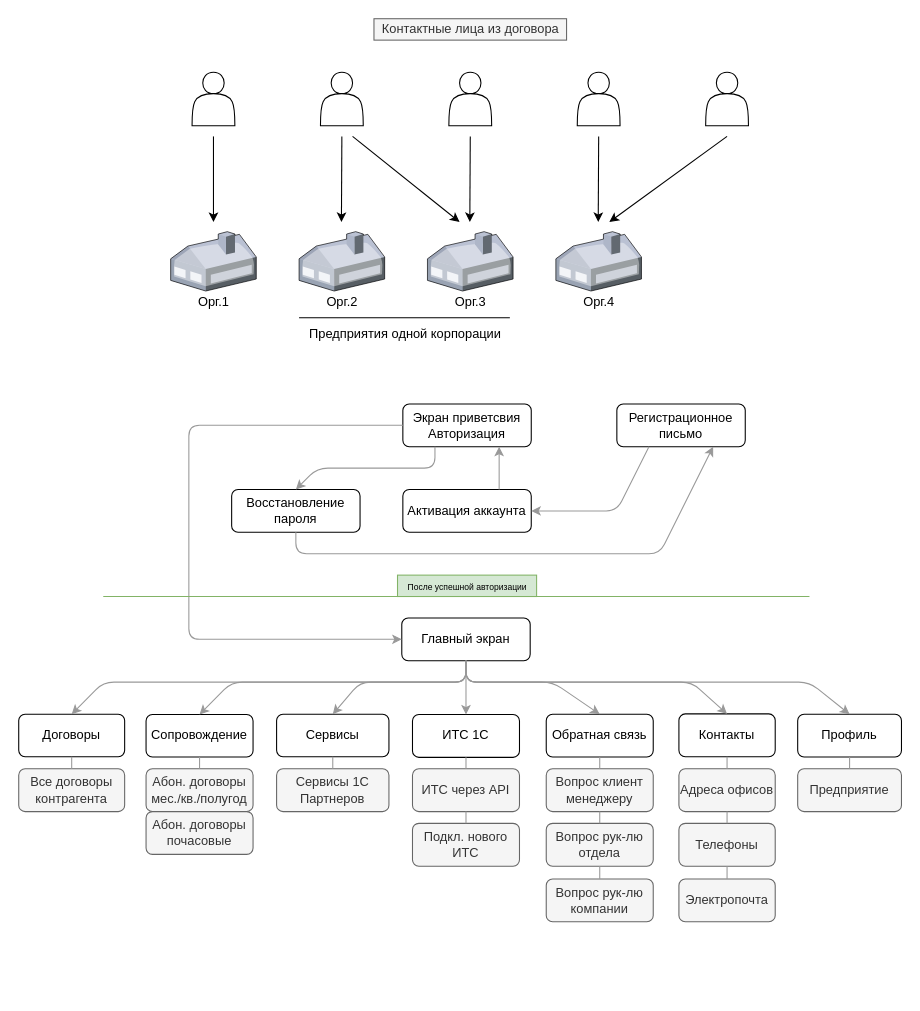
Above: Диаграмма без названия.drawio in gerasimv/DRAWIO_SCHEME (draw.io), before the change. Source tidied: cells renumbered, new cells numbered last; positions are measured from the earlier drawing's top-left corner, leaving out a move shared by most shapes. Both pictures are drawn from the tidied source at 107%, with x=0, y=0 at pixel (18, 18).
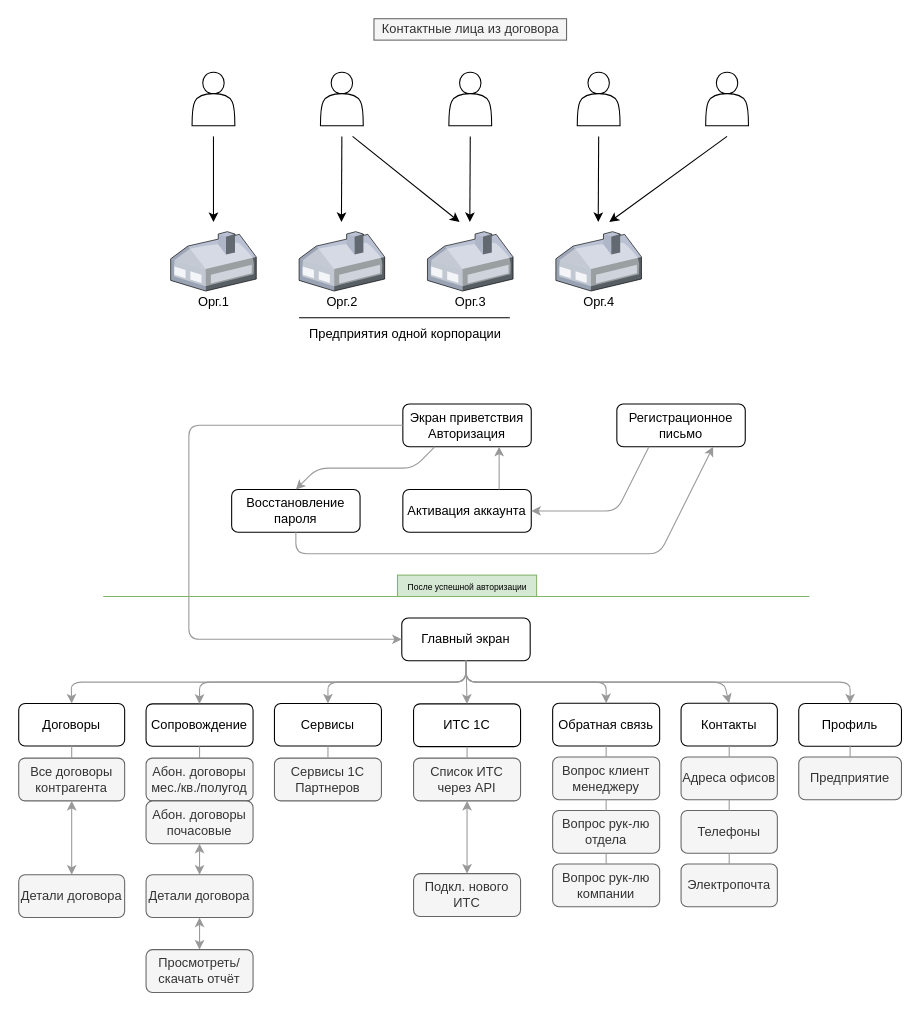
The same diagram, later.

The change refers to these unchanged cells:
```xml
<mxCell id="25" value="Главный экран" style="rounded=1;whiteSpace=wrap;html=1;" parent="1" vertex="1">
  <mxGeometry x="358" y="560" width="120" height="40" as="geometry" />
</mxCell>
<mxCell id="27" value="Восстановление пароля" style="rounded=1;whiteSpace=wrap;html=1;" parent="1" vertex="1">
  <mxGeometry x="199" y="440" width="120" height="40" as="geometry" />
</mxCell>
```

The edit, as a diff of the source:
```diff
@@
-    <mxCell id="24" value="Экран приветсвия&lt;br&gt;Авторизация" style="rounded=1;whiteSpace=wrap;html=1;" parent="1" vertex="1">
+    <mxCell id="24" value="Экран приветствия&lt;br&gt;Авторизация" style="rounded=1;whiteSpace=wrap;html=1;" parent="1" vertex="1">
       <mxGeometry x="359" y="360" width="120" height="40" as="geometry" />
     </mxCell>
@@
-    <mxCell id="26" style="endArrow=classic;html=1;rounded=1;exitX=0;exitY=0.5;exitDx=0;exitDy=0;entryX=0;entryY=0.5;entryDx=0;entryDy=0;strokeColor=#999999;strokeWidth=1;" parent="1" edge="1" source="24" target="25">
+    <mxCell id="26" style="endArrow=classic;html=1;rounded=1;exitX=0;exitY=0.5;exitDx=0;exitDy=0;entryX=0;entryY=0.5;entryDx=0;entryDy=0;strokeColor=#999999;strokeWidth=1;startSize=6;jumpSize=6;" parent="1" edge="1" source="24" target="25">
       <mxGeometry relative="1" as="geometry">
         <Array as="points">
           <mxPoint x="159" y="380" />
           <mxPoint x="159" y="580" />
         </Array>
       </mxGeometry>
     </mxCell>
@@
     <mxCell id="29" style="endArrow=classic;html=1;rounded=1;exitX=0.25;exitY=1;exitDx=0;exitDy=0;strokeColor=#999999;entryX=0.5;entryY=0;entryDx=0;entryDy=0;" parent="1" edge="1" source="24" target="27">
       <mxGeometry relative="1" as="geometry">
         <Array as="points">
-          <mxPoint x="389" y="420" />
+          <mxPoint x="369" y="420" />
           <mxPoint x="279" y="420" />
         </Array>
       </mxGeometry>
     </mxCell>
@@
     <mxCell id="34" value="Сервисы" style="rounded=1;whiteSpace=wrap;html=1;" parent="1" vertex="1">
-      <mxGeometry x="241" y="650" width="105" height="39.7" as="geometry" />
+      <mxGeometry x="239" y="640" width="100" height="39.7" as="geometry" />
     </mxCell>
     <mxCell id="35" value="ИТС 1С" style="rounded=1;whiteSpace=wrap;html=1;" parent="1" vertex="1">
-      <mxGeometry x="368" y="650.3" width="100" height="40" as="geometry" />
+      <mxGeometry x="369" y="640.3" width="100" height="40" as="geometry" />
     </mxCell>
     <mxCell id="36" value="Обратная связь" style="rounded=1;whiteSpace=wrap;html=1;" parent="1" vertex="1">
-      <mxGeometry x="493" y="650" width="100" height="40" as="geometry" />
+      <mxGeometry x="499" y="639.7" width="100" height="40" as="geometry" />
     </mxCell>
     <mxCell id="37" value="Контакты" style="rounded=1;whiteSpace=wrap;html=1;" parent="1" vertex="1">
-      <mxGeometry x="617" y="649.7" width="90" height="40" as="geometry" />
+      <mxGeometry x="619" y="639.7" width="90" height="40" as="geometry" />
     </mxCell>
     <mxCell id="38" value="Профиль" style="rounded=1;whiteSpace=wrap;html=1;" parent="1" vertex="1">
-      <mxGeometry x="728" y="650" width="97" height="40" as="geometry" />
+      <mxGeometry x="729" y="640" width="96" height="40" as="geometry" />
     </mxCell>
     <mxCell id="39" value="Сопровождение" style="rounded=1;whiteSpace=wrap;html=1;" parent="1" vertex="1">
-      <mxGeometry x="119" y="650.3" width="100" height="39.7" as="geometry" />
+      <mxGeometry x="119" y="640.3" width="100" height="39.7" as="geometry" />
     </mxCell>
     <mxCell id="40" value="Договоры" style="rounded=1;whiteSpace=wrap;html=1;" parent="1" vertex="1">
-      <mxGeometry y="650" width="99" height="39.7" as="geometry" />
+      <mxGeometry y="640" width="99" height="39.7" as="geometry" />
     </mxCell>
@@
     <mxCell id="42" style="endArrow=classic;html=1;rounded=1;entryX=0.5;entryY=0;entryDx=0;entryDy=0;strokeColor=#999999;exitX=0.5;exitY=1;exitDx=0;exitDy=0;" parent="1" edge="1" source="25" target="34">
       <mxGeometry relative="1" as="geometry">
         <Array as="points">
           <mxPoint x="418" y="620" />
-          <mxPoint x="319" y="620" />
+          <mxPoint x="289" y="620" />
         </Array>
       </mxGeometry>
     </mxCell>
     <mxCell id="43" style="endArrow=classic;html=1;rounded=1;entryX=0.5;entryY=0;entryDx=0;entryDy=0;strokeColor=#999999;exitX=0.5;exitY=1;exitDx=0;exitDy=0;" parent="1" edge="1" source="25" target="39">
       <mxGeometry relative="1" as="geometry">
         <Array as="points">
           <mxPoint x="418" y="620" />
-          <mxPoint x="199" y="620" />
+          <mxPoint x="169" y="620" />
         </Array>
       </mxGeometry>
     </mxCell>
     <mxCell id="44" style="endArrow=classic;html=1;rounded=1;entryX=0.5;entryY=0;entryDx=0;entryDy=0;strokeColor=#999999;exitX=0.5;exitY=1;exitDx=0;exitDy=0;" parent="1" edge="1" source="25" target="40">
       <mxGeometry relative="1" as="geometry">
         <Array as="points">
           <mxPoint x="418" y="620" />
-          <mxPoint x="79" y="620" />
+          <mxPoint x="49" y="620" />
         </Array>
       </mxGeometry>
     </mxCell>
     <mxCell id="45" style="endArrow=classic;html=1;rounded=1;entryX=0.5;entryY=0;entryDx=0;entryDy=0;strokeColor=#999999;exitX=0.5;exitY=1;exitDx=0;exitDy=0;" parent="1" edge="1" source="25" target="36">
       <mxGeometry relative="1" as="geometry">
         <Array as="points">
           <mxPoint x="418" y="620" />
-          <mxPoint x="499" y="620" />
+          <mxPoint x="549" y="620" />
         </Array>
       </mxGeometry>
     </mxCell>
     <mxCell id="46" style="endArrow=classic;html=1;rounded=1;exitX=0.5;exitY=1;exitDx=0;exitDy=0;entryX=0.5;entryY=0;entryDx=0;entryDy=0;strokeColor=#999999;" parent="1" edge="1" source="25" target="37">
       <mxGeometry relative="1" as="geometry">
         <Array as="points">
           <mxPoint x="418" y="620" />
-          <mxPoint x="629" y="620" />
+          <mxPoint x="659" y="620" />
         </Array>
       </mxGeometry>
     </mxCell>
     <mxCell id="47" style="endArrow=classic;html=1;rounded=1;exitX=0.5;exitY=1;exitDx=0;exitDy=0;entryX=0.5;entryY=0;entryDx=0;entryDy=0;strokeColor=#999999;" parent="1" edge="1" source="25" target="38">
       <mxGeometry relative="1" as="geometry">
         <Array as="points">
           <mxPoint x="418" y="620" />
-          <mxPoint x="739" y="620" />
+          <mxPoint x="777" y="620" />
         </Array>
       </mxGeometry>
     </mxCell>
     <mxCell id="48" value="Предприятие" style="rounded=1;whiteSpace=wrap;html=1;fillColor=#f5f5f5;fontColor=#333333;strokeColor=#666666;" parent="1" vertex="1">
-      <mxGeometry x="728" y="701" width="97" height="40" as="geometry" />
+      <mxGeometry x="729" y="690" width="96" height="40" as="geometry" />
     </mxCell>
@@
     <mxCell id="51" value="Подкл. нового ИТС" style="rounded=1;whiteSpace=wrap;html=1;fillColor=#f5f5f5;fontColor=#333333;strokeColor=#666666;" parent="1" vertex="1">
-      <mxGeometry x="368" y="752" width="100" height="40" as="geometry" />
+      <mxGeometry x="369" y="799" width="100" height="40" as="geometry" />
     </mxCell>
     <mxCell id="52" value="Адреса офисов" style="rounded=1;whiteSpace=wrap;html=1;fillColor=#f5f5f5;fontColor=#333333;strokeColor=#666666;" parent="1" vertex="1">
-      <mxGeometry x="617" y="701" width="90" height="40" as="geometry" />
+      <mxGeometry x="619" y="690" width="90" height="40" as="geometry" />
     </mxCell>
     <mxCell id="53" value="Телефоны" style="rounded=1;whiteSpace=wrap;html=1;fillColor=#f5f5f5;fontColor=#333333;strokeColor=#666666;" parent="1" vertex="1">
-      <mxGeometry x="617" y="752" width="90" height="40" as="geometry" />
+      <mxGeometry x="619" y="740" width="90" height="40" as="geometry" />
     </mxCell>
     <mxCell id="54" value="Электропочта" style="rounded=1;whiteSpace=wrap;html=1;fillColor=#f5f5f5;fontColor=#333333;strokeColor=#666666;" parent="1" vertex="1">
-      <mxGeometry x="617" y="804" width="90" height="40" as="geometry" />
+      <mxGeometry x="619" y="790" width="90" height="40" as="geometry" />
     </mxCell>
@@
     <mxCell id="58" value="Вопрос клиент менеджеру" style="rounded=1;whiteSpace=wrap;html=1;fillColor=#f5f5f5;fontColor=#333333;strokeColor=#666666;" parent="1" vertex="1">
-      <mxGeometry x="493" y="701" width="100" height="40" as="geometry" />
+      <mxGeometry x="499" y="690" width="100" height="40" as="geometry" />
     </mxCell>
     <mxCell id="59" value="Вопрос рук-лю&lt;br&gt;отдела" style="rounded=1;whiteSpace=wrap;html=1;fillColor=#f5f5f5;fontColor=#333333;strokeColor=#666666;" parent="1" vertex="1">
-      <mxGeometry x="493" y="752" width="100" height="40" as="geometry" />
+      <mxGeometry x="499" y="740" width="100" height="40" as="geometry" />
     </mxCell>
     <mxCell id="60" value="Вопрос рук-лю&lt;br&gt;компании" style="rounded=1;whiteSpace=wrap;html=1;fillColor=#f5f5f5;fontColor=#333333;strokeColor=#666666;" parent="1" vertex="1">
-      <mxGeometry x="493" y="804" width="100" height="40" as="geometry" />
+      <mxGeometry x="499" y="790" width="100" height="40" as="geometry" />
     </mxCell>
@@
-    <mxCell id="65" value="ИТС через API" style="rounded=1;whiteSpace=wrap;html=1;fillColor=#f5f5f5;fontColor=#333333;strokeColor=#666666;" parent="1" vertex="1">
-      <mxGeometry x="368" y="701" width="100" height="40" as="geometry" />
+    <mxCell id="65" value="Список ИТС через API" style="rounded=1;whiteSpace=wrap;html=1;fillColor=#f5f5f5;fontColor=#333333;strokeColor=#666666;" parent="1" vertex="1">
+      <mxGeometry x="369" y="691" width="100" height="40" as="geometry" />
     </mxCell>
@@
-    <mxCell id="67" style="endArrow=none;html=1;rounded=0;fontSize=8;strokeColor=#999999;entryX=0.5;entryY=1;entryDx=0;entryDy=0;exitX=0.5;exitY=0;exitDx=0;exitDy=0;" parent="1" edge="1" source="51" target="65">
+    <mxCell id="67" style="endArrow=classic;html=1;rounded=0;fontSize=8;strokeColor=#999999;entryX=0.5;entryY=1;entryDx=0;entryDy=0;exitX=0.5;exitY=0;exitDx=0;exitDy=0;startArrow=classic;startFill=1;endFill=1;" parent="1" edge="1" source="51" target="65">
       <mxGeometry relative="1" as="geometry" />
     </mxCell>
     <mxCell id="68" value="Сервисы 1С Партнеров" style="rounded=1;whiteSpace=wrap;html=1;fillColor=#f5f5f5;fontColor=#333333;strokeColor=#666666;" parent="1" vertex="1">
-      <mxGeometry x="241" y="701" width="105" height="40" as="geometry" />
+      <mxGeometry x="239" y="691" width="100" height="40" as="geometry" />
     </mxCell>
@@
     <mxCell id="70" value="Абон. договоры&lt;br&gt;мес./кв./полугод" style="rounded=1;whiteSpace=wrap;html=1;fillColor=#f5f5f5;fontColor=#333333;strokeColor=#666666;" parent="1" vertex="1">
-      <mxGeometry x="119" y="701" width="100" height="40" as="geometry" />
+      <mxGeometry x="119" y="691" width="100" height="40" as="geometry" />
     </mxCell>
     <mxCell id="71" value="Абон. договоры&lt;br&gt;почасовые" style="rounded=1;whiteSpace=wrap;html=1;fillColor=#f5f5f5;fontColor=#333333;strokeColor=#666666;" parent="1" vertex="1">
-      <mxGeometry x="119" y="741" width="100" height="40" as="geometry" />
+      <mxGeometry x="119" y="731" width="100" height="40" as="geometry" />
     </mxCell>
     <mxCell id="72" value="Все договоры&lt;br&gt;контрагента" style="rounded=1;whiteSpace=wrap;html=1;fillColor=#f5f5f5;fontColor=#333333;strokeColor=#666666;" parent="1" vertex="1">
-      <mxGeometry y="701" width="99" height="40" as="geometry" />
+      <mxGeometry y="691" width="99" height="40" as="geometry" />
     </mxCell>
@@
+    <mxCell id="76" value="Детали договора" style="rounded=1;whiteSpace=wrap;html=1;fillColor=#f5f5f5;fontColor=#333333;strokeColor=#666666;" parent="1" vertex="1">
+      <mxGeometry y="800" width="99" height="40" as="geometry" />
+    </mxCell>
+    <mxCell id="77" style="endArrow=classic;html=1;rounded=1;exitX=0.5;exitY=1;exitDx=0;exitDy=0;strokeColor=#999999;entryX=0.5;entryY=0;entryDx=0;entryDy=0;startArrow=classic;startFill=1;" parent="1" edge="1" source="72" target="76">
+      <mxGeometry relative="1" as="geometry" />
+    </mxCell>
+    <mxCell id="78" value="Детали договора" style="rounded=1;whiteSpace=wrap;html=1;fillColor=#f5f5f5;fontColor=#333333;strokeColor=#666666;" parent="1" vertex="1">
+      <mxGeometry x="119" y="800" width="100" height="40" as="geometry" />
+    </mxCell>
+    <mxCell id="79" value="Просмотреть/скачать отчёт" style="rounded=1;whiteSpace=wrap;html=1;fillColor=#f5f5f5;fontColor=#333333;strokeColor=#666666;" parent="1" vertex="1">
+      <mxGeometry x="119" y="870" width="100" height="40" as="geometry" />
+    </mxCell>
+    <mxCell id="80" style="endArrow=classic;html=1;rounded=1;strokeColor=#999999;entryX=0.5;entryY=0;entryDx=0;entryDy=0;exitX=0.5;exitY=1;exitDx=0;exitDy=0;startArrow=classic;startFill=1;" parent="1" edge="1" source="71" target="78">
+      <mxGeometry relative="1" as="geometry" />
+    </mxCell>
+    <mxCell id="81" style="endArrow=classic;html=1;rounded=1;strokeColor=#999999;entryX=0.5;entryY=0;entryDx=0;entryDy=0;exitX=0.5;exitY=1;exitDx=0;exitDy=0;startArrow=classic;startFill=1;" parent="1" edge="1" source="78" target="79">
+      <mxGeometry relative="1" as="geometry" />
+    </mxCell>
```
